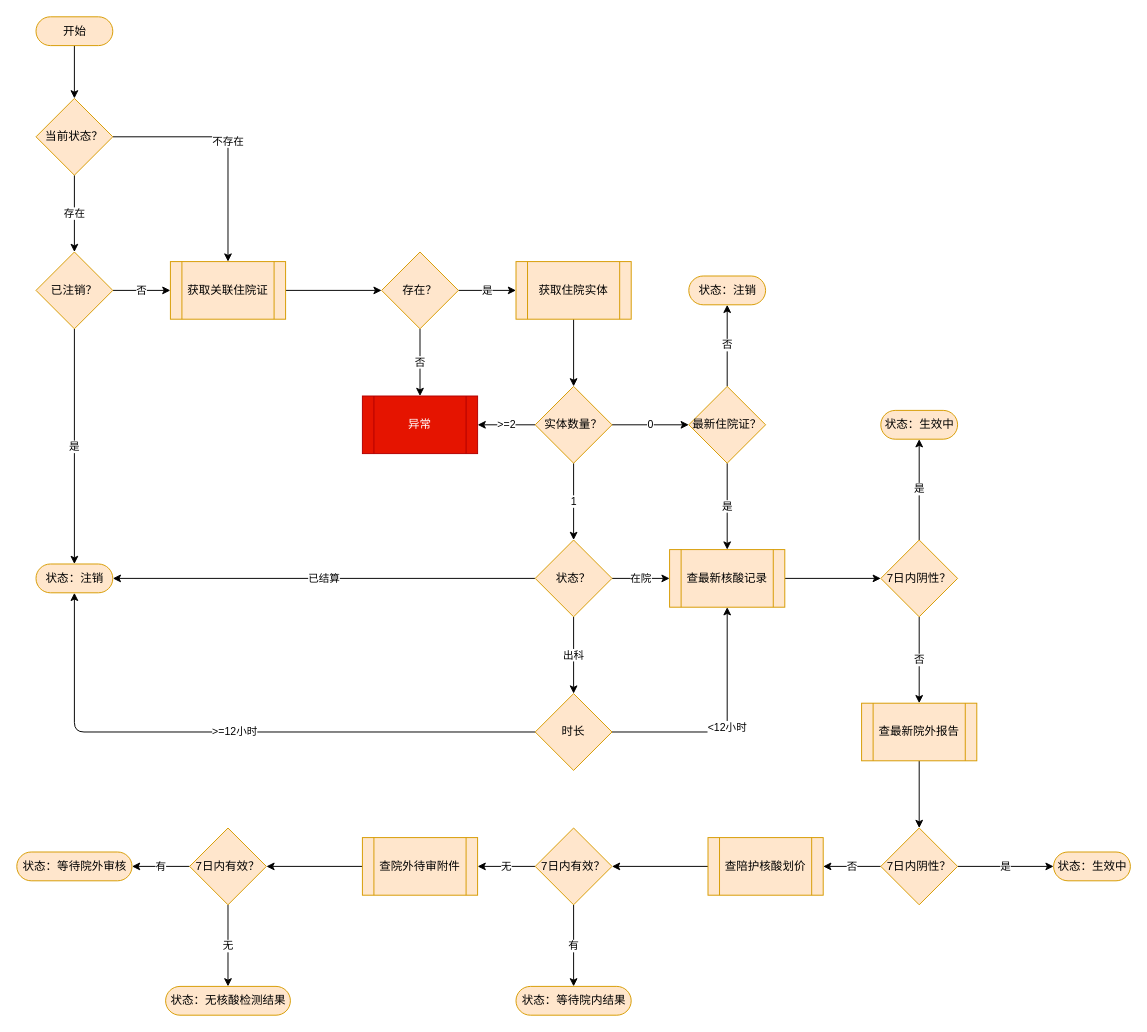
This is src/main/resources/drawio/获取陪护证实时状态.drawio from walnut-qin/springboot.skynet, a draw.io file, before an edit. Source tidied: cells renumbered, new cells numbered last; positions are measured from the earlier drawing's top-left corner, leaving out a move shared by most shapes. Both pictures are drawn from the tidied source at 96%, with x=0, y=0 at pixel (16, 16).
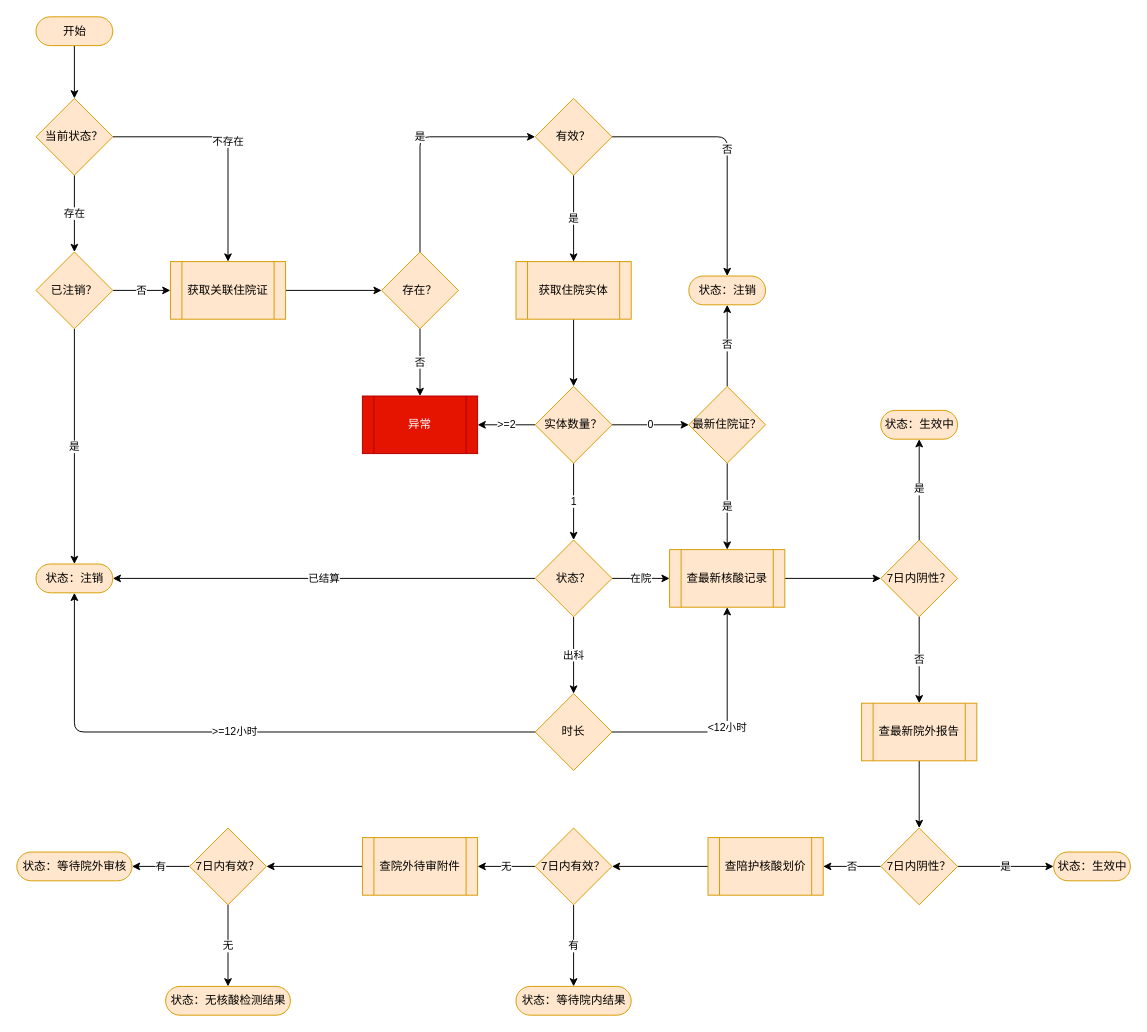
The same diagram, later.

Unchanged cells that the change refers to:
```xml
<mxCell id="13" value="获取住院实体" style="shape=process;whiteSpace=wrap;html=1;backgroundOutline=1;dashed=0;strokeColor=#d79b00;fillColor=#ffe6cc;" parent="1" vertex="1">
  <mxGeometry x="520" y="255" width="120" height="60" as="geometry" />
</mxCell>
<mxCell id="31" value="状态：注销" style="html=1;dashed=0;whitespace=wrap;shape=mxgraph.dfd.start;fillColor=#ffe6cc;strokeColor=#d79b00;" parent="1" vertex="1">
  <mxGeometry x="700" y="270" width="80" height="30" as="geometry" />
</mxCell>
<mxCell id="58" value="存在？" style="rhombus;whiteSpace=wrap;html=1;dashed=0;strokeColor=#d79b00;fillColor=#ffe6cc;" parent="1" vertex="1">
  <mxGeometry x="380" y="245" width="80" height="80" as="geometry" />
</mxCell>
```

The edit, as a diff of the source:
```diff
@@
-    <mxCell id="57" value="是" style="edgeStyle=none;html=1;" parent="1" edge="1" source="58" target="13">
+    <mxCell id="57" value="是" style="edgeStyle=orthogonalEdgeStyle;html=1;exitX=0.5;exitY=0;exitDx=0;exitDy=0;entryX=0;entryY=0.5;entryDx=0;entryDy=0;" parent="1" edge="1" source="58" target="61">
       <mxGeometry relative="1" as="geometry" />
     </mxCell>
@@
+    <mxCell id="59" value="是" style="edgeStyle=orthogonalEdgeStyle;html=1;" parent="1" edge="1" source="61" target="13">
+      <mxGeometry relative="1" as="geometry" />
+    </mxCell>
+    <mxCell id="60" value="否" style="edgeStyle=orthogonalEdgeStyle;html=1;exitX=1;exitY=0.5;exitDx=0;exitDy=0;entryX=0.5;entryY=0.5;entryDx=0;entryDy=-15;entryPerimeter=0;" parent="1" edge="1" source="61" target="31">
+      <mxGeometry relative="1" as="geometry" />
+    </mxCell>
+    <mxCell id="61" value="有效？" style="rhombus;whiteSpace=wrap;html=1;dashed=0;strokeColor=#d79b00;fillColor=#ffe6cc;" parent="1" vertex="1">
+      <mxGeometry x="540" y="85" width="80" height="80" as="geometry" />
+    </mxCell>
```
